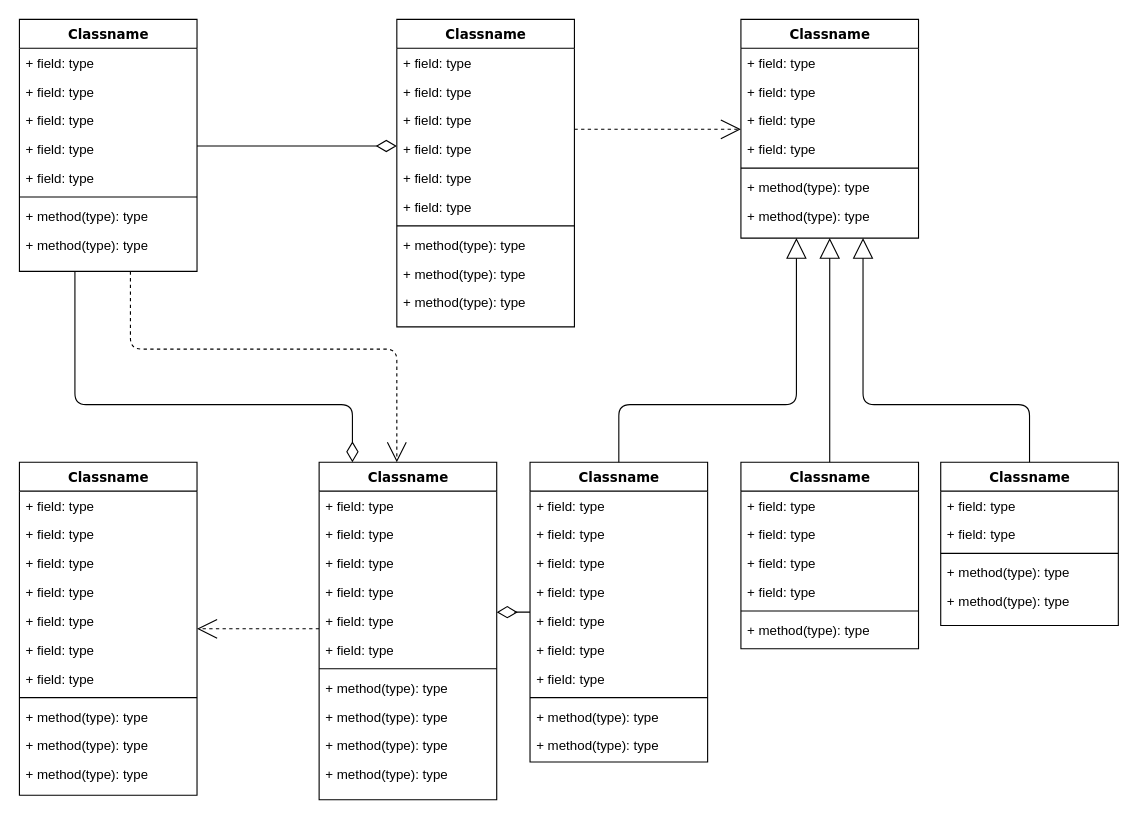
The draw.io diagram HospitalManager.drawio in luanayasmim/api-hospital-manager, before the edit. Source tidied: cells renumbered, new cells numbered last; positions are measured from the earlier drawing's top-left corner, leaving out a move shared by most shapes. Both pictures are drawn from the tidied source at 111%, with x=0, y=0 at pixel (19, 19).
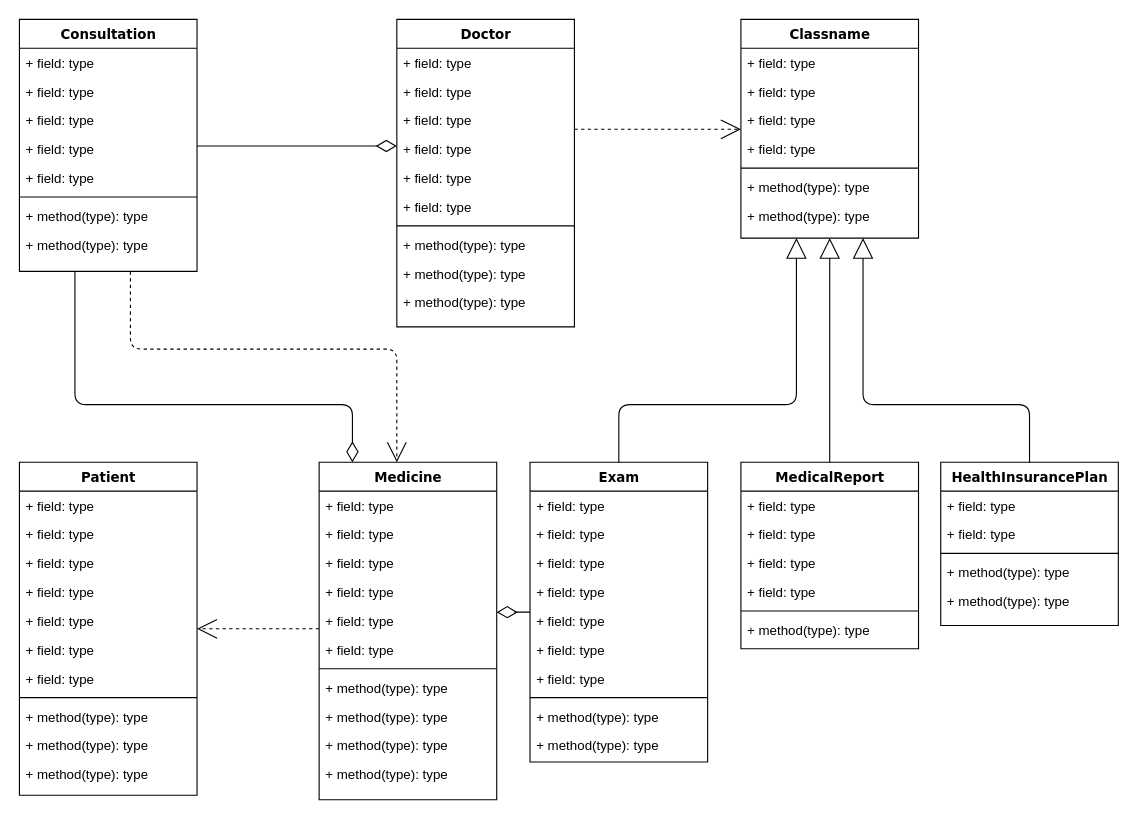
The same diagram, later.

Diff of the diagram source:
```diff
@@
-    <mxCell id="4" value="Classname" style="swimlane;html=1;fontStyle=1;align=center;verticalAlign=top;horizontal=1;startSize=26;swimlaneFillColor=#ffffff;rounded=0;shadow=0;comic=0;labelBackgroundColor=none;strokeWidth=1;fillColor=none;fontFamily=Verdana;fontSize=12;" parent="1" vertex="1">
+    <mxCell id="4" value="Consultation" style="swimlane;html=1;fontStyle=1;align=center;verticalAlign=top;horizontal=1;startSize=26;swimlaneFillColor=#ffffff;rounded=0;shadow=0;comic=0;labelBackgroundColor=none;strokeWidth=1;fillColor=none;fontFamily=Verdana;fontSize=12;" parent="1" vertex="1">
       <mxGeometry width="160" height="227" as="geometry" />
     </mxCell>
@@
-    <mxCell id="14" value="Classname" style="swimlane;html=1;fontStyle=1;align=center;verticalAlign=top;horizontal=1;startSize=26;swimlaneFillColor=#ffffff;rounded=0;shadow=0;comic=0;labelBackgroundColor=none;strokeWidth=1;fillColor=none;fontFamily=Verdana;fontSize=12;" parent="1" vertex="1">
+    <mxCell id="14" value="Doctor&lt;div&gt;&lt;br&gt;&lt;/div&gt;" style="swimlane;html=1;fontStyle=1;align=center;verticalAlign=top;horizontal=1;startSize=26;swimlaneFillColor=#ffffff;rounded=0;shadow=0;comic=0;labelBackgroundColor=none;strokeWidth=1;fillColor=none;fontFamily=Verdana;fontSize=12;" parent="1" vertex="1">
       <mxGeometry x="340" width="160" height="277" as="geometry" />
     </mxCell>
@@
-    <mxCell id="34" value="Classname" style="swimlane;html=1;fontStyle=1;align=center;verticalAlign=top;horizontal=1;startSize=26;swimlaneFillColor=#ffffff;rounded=0;shadow=0;comic=0;labelBackgroundColor=none;strokeWidth=1;fillColor=none;fontFamily=Verdana;fontSize=12;" parent="1" vertex="1">
+    <mxCell id="34" value="Patient" style="swimlane;html=1;fontStyle=1;align=center;verticalAlign=top;horizontal=1;startSize=26;swimlaneFillColor=#ffffff;rounded=0;shadow=0;comic=0;labelBackgroundColor=none;strokeWidth=1;fillColor=none;fontFamily=Verdana;fontSize=12;" parent="1" vertex="1">
       <mxGeometry y="399" width="160" height="300" as="geometry" />
     </mxCell>
@@
-    <mxCell id="47" value="Classname" style="swimlane;html=1;fontStyle=1;align=center;verticalAlign=top;horizontal=1;startSize=26;swimlaneFillColor=#ffffff;rounded=0;shadow=0;comic=0;labelBackgroundColor=none;strokeWidth=1;fillColor=none;fontFamily=Verdana;fontSize=12;" parent="1" vertex="1">
+    <mxCell id="47" value="Medicine" style="swimlane;html=1;fontStyle=1;align=center;verticalAlign=top;horizontal=1;startSize=26;swimlaneFillColor=#ffffff;rounded=0;shadow=0;comic=0;labelBackgroundColor=none;strokeWidth=1;fillColor=none;fontFamily=Verdana;fontSize=12;" parent="1" vertex="1">
       <mxGeometry x="270" y="399" width="160" height="304" as="geometry" />
     </mxCell>
@@
-    <mxCell id="60" value="Classname" style="swimlane;html=1;fontStyle=1;align=center;verticalAlign=top;horizontal=1;startSize=26;swimlaneFillColor=#ffffff;rounded=0;shadow=0;comic=0;labelBackgroundColor=none;strokeWidth=1;fillColor=none;fontFamily=Verdana;fontSize=12;" parent="1" vertex="1">
+    <mxCell id="60" value="Exam" style="swimlane;html=1;fontStyle=1;align=center;verticalAlign=top;horizontal=1;startSize=26;swimlaneFillColor=#ffffff;rounded=0;shadow=0;comic=0;labelBackgroundColor=none;strokeWidth=1;fillColor=none;fontFamily=Verdana;fontSize=12;" parent="1" vertex="1">
       <mxGeometry x="460" y="399" width="160" height="270" as="geometry" />
     </mxCell>
@@
-    <mxCell id="72" value="Classname" style="swimlane;html=1;fontStyle=1;align=center;verticalAlign=top;horizontal=1;startSize=26;swimlaneFillColor=#ffffff;rounded=0;shadow=0;comic=0;labelBackgroundColor=none;strokeWidth=1;fillColor=none;fontFamily=Verdana;fontSize=12;" parent="1" vertex="1">
+    <mxCell id="72" value="MedicalReport" style="swimlane;html=1;fontStyle=1;align=center;verticalAlign=top;horizontal=1;startSize=26;swimlaneFillColor=#ffffff;rounded=0;shadow=0;comic=0;labelBackgroundColor=none;strokeWidth=1;fillColor=none;fontFamily=Verdana;fontSize=12;" parent="1" vertex="1">
       <mxGeometry x="650" y="399" width="160" height="168" as="geometry" />
     </mxCell>
@@
-    <mxCell id="80" value="Classname" style="swimlane;html=1;fontStyle=1;align=center;verticalAlign=top;horizontal=1;startSize=26;swimlaneFillColor=#ffffff;rounded=0;shadow=0;comic=0;labelBackgroundColor=none;strokeWidth=1;fillColor=none;fontFamily=Verdana;fontSize=12;" parent="1" vertex="1">
+    <mxCell id="80" value="HealthInsurancePlan" style="swimlane;html=1;fontStyle=1;align=center;verticalAlign=top;horizontal=1;startSize=26;swimlaneFillColor=#ffffff;rounded=0;shadow=0;comic=0;labelBackgroundColor=none;strokeWidth=1;fillColor=none;fontFamily=Verdana;fontSize=12;" parent="1" vertex="1">
       <mxGeometry x="830" y="399" width="160" height="147" as="geometry" />
     </mxCell>
```
